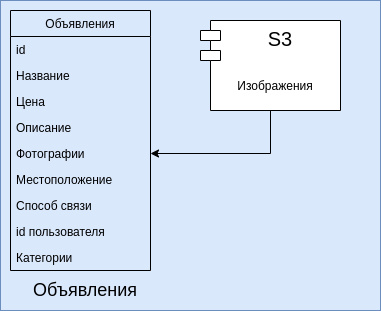
Before: img/letter_pys.png, a diagram exported from draw.io (marksadykov/Highload_Ula). Source tidied: cells renumbered, new cells last; positions are measured from the earlier drawing's top-left corner, leaving out a move shared by most shapes.
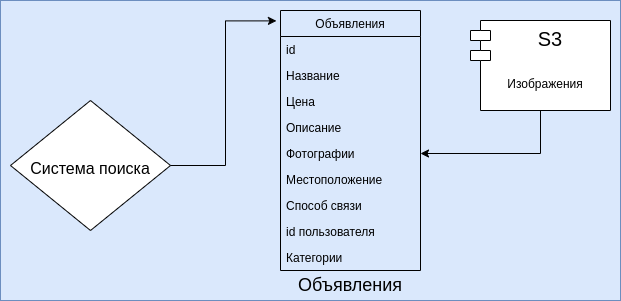
The same diagram one commit later.

Diff of the diagram source:
```diff
@@ -3,10 +3,10 @@
     <mxCell id="0" />
     <mxCell id="1" parent="0" />
     <mxCell id="2" style="rounded=0;whiteSpace=wrap;html=1;fillColor=#dae8fc;strokeColor=#6c8ebf;" parent="1" vertex="1">
-      <mxGeometry width="380" height="310" as="geometry" />
+      <mxGeometry width="620" height="300" as="geometry" />
     </mxCell>
     <mxCell id="3" value="Объявления" style="swimlane;fontStyle=0;horizontal=1;startSize=26;fillColor=none;" parent="1" vertex="1">
-      <mxGeometry x="10" y="10" width="140" height="260" as="geometry" />
+      <mxGeometry x="280" y="10" width="140" height="260" as="geometry" />
     </mxCell>
     <mxCell id="4" value="id" style="text;strokeColor=none;fillColor=none;align=left;verticalAlign=top;spacingLeft=4;spacingRight=4;overflow=hidden;" parent="3" vertex="1">
       <mxGeometry y="26" width="140" height="26" as="geometry" />
@@ -36,16 +36,27 @@
       <mxGeometry y="234" width="140" height="26" as="geometry" />
     </mxCell>
     <mxCell id="13" value="&lt;font style=&quot;font-size: 18px&quot;&gt;Объявления&lt;/font&gt;" style="text;html=1;strokeColor=none;fillColor=none;align=center;verticalAlign=middle;whiteSpace=wrap;rounded=0;" parent="1" vertex="1">
-      <mxGeometry x="30" y="280" width="110" height="20" as="geometry" />
+      <mxGeometry x="295" y="270" width="110" height="30" as="geometry" />
     </mxCell>
     <mxCell id="14" style="edgeStyle=orthogonalEdgeStyle;rounded=0;jettySize=auto;html=1;exitX=0.5;exitY=1;exitDx=0;exitDy=0;fontSize=20;entryX=1;entryY=0.5;entryDx=0;entryDy=0;" parent="1" edge="1" source="15" target="8">
       <mxGeometry relative="1" as="geometry" />
     </mxCell>
     <mxCell id="15" value="S3" style="shape=module;align=left;spacingLeft=20;align=center;verticalAlign=top;fontSize=20;" parent="1" vertex="1">
-      <mxGeometry x="200" y="20" width="140" height="90" as="geometry" />
+      <mxGeometry x="470" y="20" width="140" height="90" as="geometry" />
     </mxCell>
     <mxCell id="16" value="Изображения" style="text;strokeColor=none;fillColor=none;align=center;verticalAlign=top;spacingLeft=4;spacingRight=4;overflow=hidden;" parent="1" vertex="1">
-      <mxGeometry x="210" y="72" width="130" height="26" as="geometry" />
+      <mxGeometry x="480" y="70" width="130" height="26" as="geometry" />
     </mxCell>
+    <mxCell id="17" style="rhombus;whiteSpace=wrap;html=1;" parent="1" vertex="1">
+      <mxGeometry x="10" y="100" width="160" height="130" as="geometry" />
+    </mxCell>
+    <mxCell id="18" style="edgeStyle=orthogonalEdgeStyle;rounded=0;jettySize=auto;html=1;entryX=-0.029;entryY=0.04;entryDx=0;entryDy=0;entryPerimeter=0;fontSize=16;" parent="1" edge="1" target="3">
+      <mxGeometry relative="1" as="geometry">
+        <mxPoint x="170" y="165" as="sourcePoint" />
+      </mxGeometry>
+    </mxCell>
+    <mxCell id="19" value="Система поиска" style="text;strokeColor=none;fillColor=none;align=center;verticalAlign=top;spacingLeft=4;spacingRight=4;overflow=hidden;fontSize=16;" parent="1" vertex="1">
+      <mxGeometry x="20" y="152" width="140" height="26" as="geometry" />
+    </mxCell>
   </root>
 </mxGraphModel>
```
